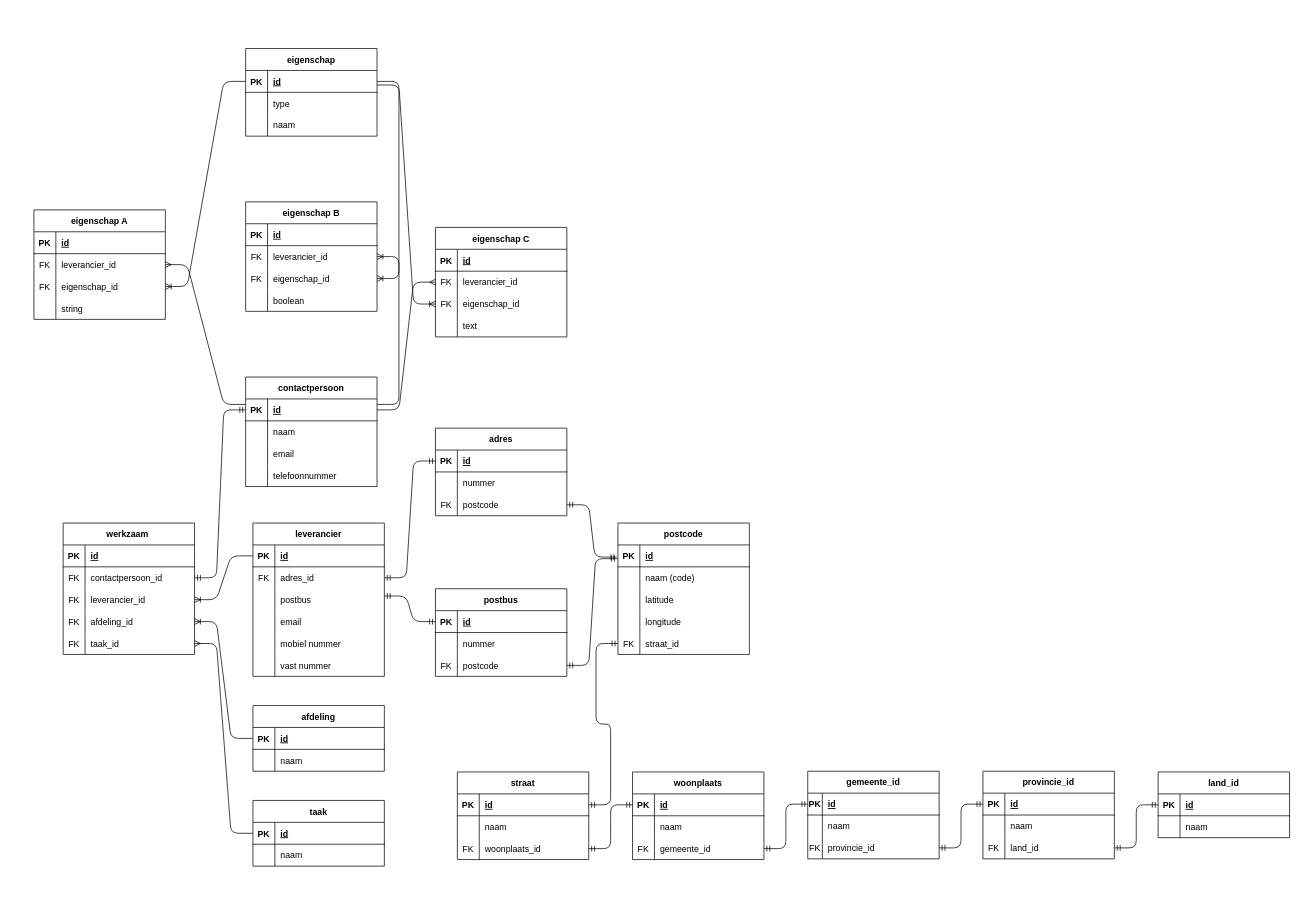
Earlier version of the draw.io diagram relational-data-storage/opdracht-1/DS-opdracht-1-vN.drawio (Corby7/educom-data-science). Source tidied: cells renumbered, new cells numbered last; positions are measured from the earlier drawing's top-left corner, leaving out a move shared by most shapes. Both pictures are drawn from the tidied source at 73%, with x=0, y=0 at pixel (34, 48).
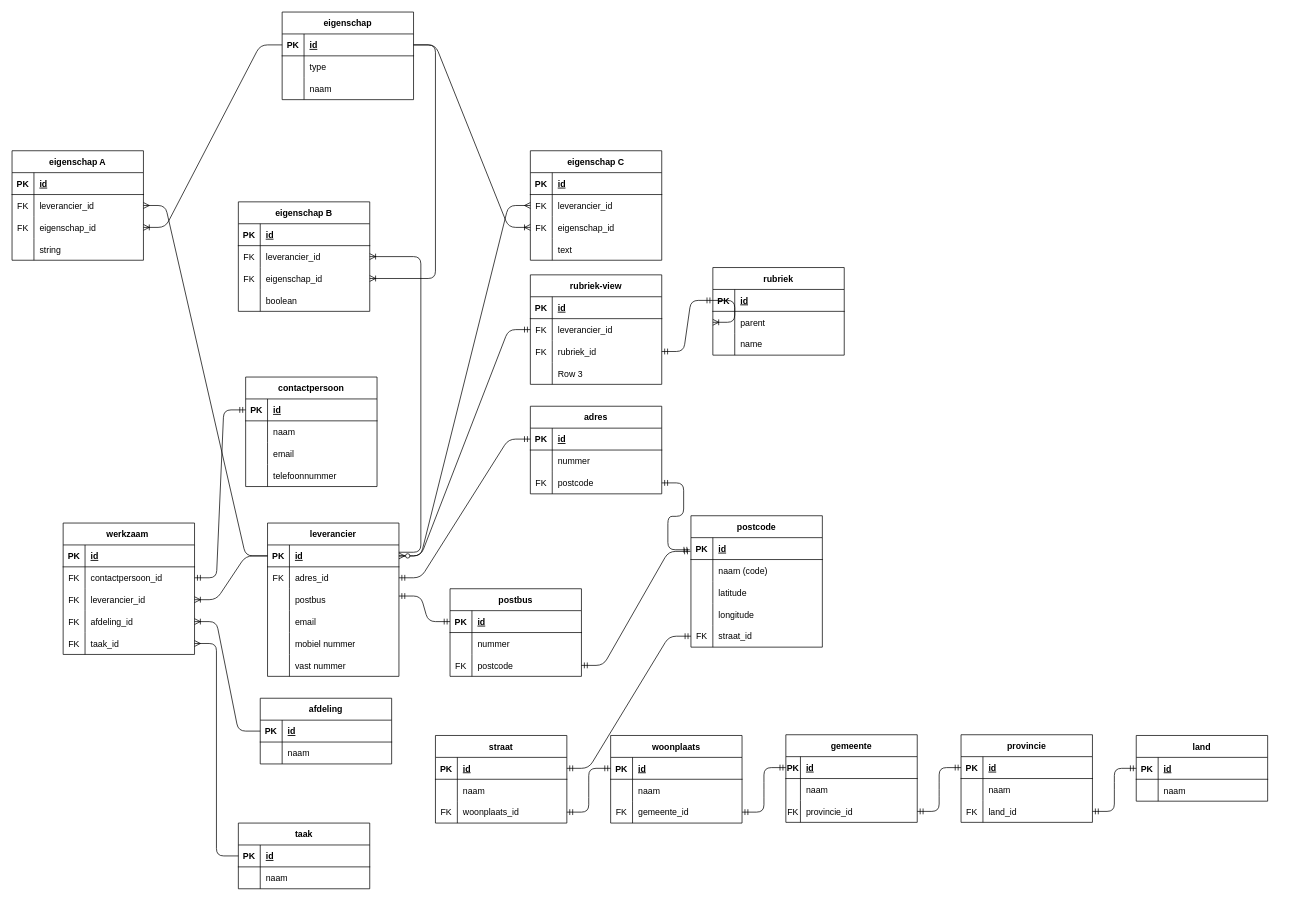
The same page after the edit.

Commit message:
added rubriek, & -view schemes, changed relation#9

Unchanged cells that the change refers to:
```xml
<mxCell id="3" style="shape=tableRow;horizontal=0;startSize=0;swimlaneHead=0;swimlaneBody=0;fillColor=none;points=[[0,0.5],[1,0.5]];portConstraint=eastwest;top=0;left=0;right=0;bottom=1;" parent="2" vertex="1">
  <mxGeometry y="30" width="180" height="30" as="geometry" />
</mxCell>
<mxCell id="102" style="shape=tableRow;horizontal=0;startSize=0;swimlaneHead=0;swimlaneBody=0;fillColor=none;points=[[0,0.5],[1,0.5]];portConstraint=eastwest;top=0;left=0;right=0;bottom=1;" parent="101" vertex="1">
  <mxGeometry y="30" width="180" height="30" as="geometry" />
</mxCell>
<mxCell id="113" value="contactpersoon" style="shape=table;startSize=30;childLayout=tableLayout;rowLines=0;fontStyle=1;align=center;" parent="1" vertex="1">
  <mxGeometry x="290" y="450" width="180" height="150" as="geometry" />
</mxCell>
<mxCell id="114" style="shape=tableRow;horizontal=0;startSize=0;swimlaneHead=0;swimlaneBody=0;fillColor=none;points=[[0,0.5],[1,0.5]];portConstraint=eastwest;top=0;left=0;right=0;bottom=1;" parent="113" vertex="1">
  <mxGeometry y="30" width="180" height="30" as="geometry" />
</mxCell>
<mxCell id="161" style="shape=tableRow;horizontal=0;startSize=0;swimlaneHead=0;swimlaneBody=0;fillColor=none;points=[[0,0.5],[1,0.5]];portConstraint=eastwest;top=0;left=0;right=0;bottom=1;" parent="160" vertex="1">
  <mxGeometry y="30" width="180" height="30" as="geometry" />
</mxCell>
<mxCell id="174" style="shape=tableRow;horizontal=0;startSize=0;swimlaneHead=0;swimlaneBody=0;fillColor=none;points=[[0,0.5],[1,0.5]];portConstraint=eastwest;top=0;left=0;right=0;bottom=0;" parent="170" vertex="1">
  <mxGeometry y="60" width="180" height="30" as="geometry" />
</mxCell>
<mxCell id="187" style="shape=tableRow;horizontal=0;startSize=0;swimlaneHead=0;swimlaneBody=0;fillColor=none;points=[[0,0.5],[1,0.5]];portConstraint=eastwest;top=0;left=0;right=0;bottom=0;" parent="183" vertex="1">
  <mxGeometry y="60" width="180" height="30" as="geometry" />
</mxCell>
<mxCell id="190" style="shape=tableRow;horizontal=0;startSize=0;swimlaneHead=0;swimlaneBody=0;fillColor=none;points=[[0,0.5],[1,0.5]];portConstraint=eastwest;top=0;left=0;right=0;bottom=0;" parent="183" vertex="1">
  <mxGeometry y="90" width="180" height="30" as="geometry" />
</mxCell>
<mxCell id="200" style="shape=tableRow;horizontal=0;startSize=0;swimlaneHead=0;swimlaneBody=0;fillColor=none;points=[[0,0.5],[1,0.5]];portConstraint=eastwest;top=0;left=0;right=0;bottom=0;" parent="196" vertex="1">
  <mxGeometry y="60" width="180" height="30" as="geometry" />
</mxCell>
<mxCell id="203" style="shape=tableRow;horizontal=0;startSize=0;swimlaneHead=0;swimlaneBody=0;fillColor=none;points=[[0,0.5],[1,0.5]];portConstraint=eastwest;top=0;left=0;right=0;bottom=0;" parent="196" vertex="1">
  <mxGeometry y="90" width="180" height="30" as="geometry" />
</mxCell>
```

The edit, as a diff of the source:
```diff
@@
     <mxCell id="2" value="leverancier" style="shape=table;startSize=30;childLayout=tableLayout;rowLines=0;fontStyle=1;align=center;" parent="1" vertex="1">
-      <mxGeometry x="300" y="650" width="180" height="210" as="geometry" />
+      <mxGeometry x="320" y="650" width="180" height="210" as="geometry" />
     </mxCell>
@@
     <mxCell id="21" value="adres" style="shape=table;startSize=30;childLayout=tableLayout;rowLines=0;fontStyle=1;align=center;" parent="1" vertex="1">
-      <mxGeometry x="550" y="520" width="180" height="120" as="geometry" />
+      <mxGeometry x="680" y="490" width="180" height="120" as="geometry" />
     </mxCell>
@@
     <mxCell id="32" value="woonplaats" style="shape=table;startSize=30;childLayout=tableLayout;rowLines=0;fontStyle=1;align=center;" parent="1" vertex="1">
-      <mxGeometry x="820" y="991" width="180" height="120" as="geometry" />
+      <mxGeometry x="790" y="941" width="180" height="120" as="geometry" />
     </mxCell>
@@
-    <mxCell id="43" value="gemeente_id" style="shape=table;startSize=30;childLayout=tableLayout;rowLines=0;fontStyle=1;align=center;" parent="1" vertex="1">
-      <mxGeometry x="1060" y="990" width="180" height="120" as="geometry" />
+    <mxCell id="43" value="gemeente" style="shape=table;startSize=30;childLayout=tableLayout;rowLines=0;fontStyle=1;align=center;" parent="1" vertex="1">
+      <mxGeometry x="1030" y="940" width="180" height="120" as="geometry" />
     </mxCell>
@@
-    <mxCell id="54" value="land_id" style="shape=table;startSize=30;childLayout=tableLayout;rowLines=0;fontStyle=1;align=center;" parent="1" vertex="1">
-      <mxGeometry x="1540" y="991" width="180" height="90" as="geometry" />
+    <mxCell id="54" value="land" style="shape=table;startSize=30;childLayout=tableLayout;rowLines=0;fontStyle=1;align=center;" parent="1" vertex="1">
+      <mxGeometry x="1510" y="941" width="180" height="90" as="geometry" />
     </mxCell>
@@
-    <mxCell id="61" value="provincie_id" style="shape=table;startSize=30;childLayout=tableLayout;rowLines=0;fontStyle=1;align=center;" parent="1" vertex="1">
-      <mxGeometry x="1300" y="990" width="180" height="120" as="geometry" />
+    <mxCell id="61" value="provincie" style="shape=table;startSize=30;childLayout=tableLayout;rowLines=0;fontStyle=1;align=center;" parent="1" vertex="1">
+      <mxGeometry x="1270" y="940" width="180" height="120" as="geometry" />
     </mxCell>
@@
     <mxCell id="73" value="postcode" style="shape=table;startSize=30;childLayout=tableLayout;rowLines=0;fontStyle=1;align=center;" parent="1" vertex="1">
-      <mxGeometry x="800" y="650" width="180" height="180" as="geometry" />
+      <mxGeometry x="900" y="640" width="180" height="180" as="geometry" />
     </mxCell>
@@
     <mxCell id="89" value="straat" style="shape=table;startSize=30;childLayout=tableLayout;rowLines=0;fontStyle=1;align=center;" parent="1" vertex="1">
-      <mxGeometry x="580" y="991" width="180" height="120" as="geometry" />
+      <mxGeometry x="550" y="941" width="180" height="120" as="geometry" />
     </mxCell>
@@
     <mxCell id="101" value="postbus" style="shape=table;startSize=30;childLayout=tableLayout;rowLines=0;fontStyle=1;align=center;" parent="1" vertex="1">
-      <mxGeometry x="550" y="740" width="180" height="120" as="geometry" />
+      <mxGeometry x="570" y="740" width="180" height="120" as="geometry" />
     </mxCell>
@@
     <mxCell id="111" style="edgeStyle=entityRelationEdgeStyle;fontSize=12;html=1;endArrow=ERmandOne;startArrow=ERmandOne;entryX=0;entryY=0.5;entryDx=0;entryDy=0;" parent="1" edge="1" target="102">
       <mxGeometry relative="1" as="geometry">
-        <mxPoint x="480" y="750" as="sourcePoint" />
+        <mxPoint x="500" y="750" as="sourcePoint" />
       </mxGeometry>
     </mxCell>
@@
     <mxCell id="126" value="afdeling" style="shape=table;startSize=30;childLayout=tableLayout;rowLines=0;fontStyle=1;align=center;" parent="1" vertex="1">
-      <mxGeometry x="300" y="900" width="180" height="90" as="geometry" />
+      <mxGeometry x="310" y="890" width="180" height="90" as="geometry" />
     </mxCell>
@@
     <mxCell id="133" value="taak" style="shape=table;startSize=30;childLayout=tableLayout;rowLines=0;fontStyle=1;align=center;" parent="1" vertex="1">
-      <mxGeometry x="300" y="1030" width="180" height="90" as="geometry" />
+      <mxGeometry x="280" y="1061" width="180" height="90" as="geometry" />
     </mxCell>
@@
     <mxCell id="160" value="eigenschap" style="shape=table;startSize=30;childLayout=tableLayout;rowLines=0;fontStyle=1;align=center;" parent="1" vertex="1">
-      <mxGeometry x="290" width="180" height="120" as="geometry" />
+      <mxGeometry x="340" y="-50" width="180" height="120" as="geometry" />
     </mxCell>
@@
     <mxCell id="170" value="eigenschap A" style="shape=table;startSize=30;childLayout=tableLayout;rowLines=0;fontStyle=1;align=center;" parent="1" vertex="1">
-      <mxGeometry y="221" width="180" height="150" as="geometry" />
+      <mxGeometry x="-30" y="140" width="180" height="150" as="geometry" />
     </mxCell>
@@
     <mxCell id="183" value="eigenschap B" style="shape=table;startSize=30;childLayout=tableLayout;rowLines=0;fontStyle=1;align=center;" parent="1" vertex="1">
-      <mxGeometry x="290" y="210" width="180" height="150" as="geometry" />
+      <mxGeometry x="280" y="210" width="180" height="150" as="geometry" />
     </mxCell>
@@
     <mxCell id="196" value="eigenschap C" style="shape=table;startSize=30;childLayout=tableLayout;rowLines=0;fontStyle=1;align=center;" parent="1" vertex="1">
-      <mxGeometry x="550" y="245" width="180" height="150" as="geometry" />
+      <mxGeometry x="680" y="140" width="180" height="150" as="geometry" />
     </mxCell>
@@
-    <mxCell id="209" style="edgeStyle=entityRelationEdgeStyle;fontSize=12;html=1;endArrow=ERmany;exitX=1;exitY=0.5;exitDx=0;exitDy=0;entryX=0;entryY=0.5;entryDx=0;entryDy=0;" parent="1" edge="1" source="114" target="200">
+    <mxCell id="209" style="edgeStyle=entityRelationEdgeStyle;fontSize=12;html=1;endArrow=ERmany;exitX=1;exitY=0.5;exitDx=0;exitDy=0;entryX=0;entryY=0.5;entryDx=0;entryDy=0;" parent="1" edge="1" source="3" target="200">
       <mxGeometry relative="1" as="geometry" />
     </mxCell>
-    <mxCell id="210" style="edgeStyle=entityRelationEdgeStyle;fontSize=12;html=1;endArrow=ERmany;exitX=0;exitY=0.25;exitDx=0;exitDy=0;entryX=1;entryY=0.5;entryDx=0;entryDy=0;" parent="1" edge="1" source="113" target="174">
+    <mxCell id="210" style="edgeStyle=entityRelationEdgeStyle;fontSize=12;html=1;endArrow=ERmany;exitX=0;exitY=0.5;exitDx=0;exitDy=0;entryX=1;entryY=0.5;entryDx=0;entryDy=0;" parent="1" edge="1" source="3" target="174">
       <mxGeometry relative="1" as="geometry" />
     </mxCell>
-    <mxCell id="211" style="edgeStyle=entityRelationEdgeStyle;fontSize=12;html=1;endArrow=ERoneToMany;exitX=1;exitY=0.25;exitDx=0;exitDy=0;entryX=1;entryY=0.5;entryDx=0;entryDy=0;" parent="1" edge="1" source="113" target="187">
-      <mxGeometry relative="1" as="geometry" />
+    <mxCell id="211" style="edgeStyle=entityRelationEdgeStyle;fontSize=12;html=1;endArrow=ERoneToMany;entryX=1;entryY=0.5;entryDx=0;entryDy=0;" parent="1" edge="1" target="187">
+      <mxGeometry relative="1" as="geometry">
+        <mxPoint x="500" y="690" as="sourcePoint" />
+      </mxGeometry>
     </mxCell>
@@
-    <mxCell id="213" style="edgeStyle=entityRelationEdgeStyle;fontSize=12;html=1;endArrow=ERoneToMany;entryX=1;entryY=0.5;entryDx=0;entryDy=0;exitX=1;exitY=0.5;exitDx=0;exitDy=0;" parent="1" edge="1" source="161" target="190">
-      <mxGeometry relative="1" as="geometry" />
+    <mxCell id="213" style="edgeStyle=entityRelationEdgeStyle;fontSize=12;html=1;endArrow=ERoneToMany;entryX=1;entryY=0.5;entryDx=0;entryDy=0;" parent="1" edge="1" target="190">
+      <mxGeometry relative="1" as="geometry">
+        <mxPoint x="520" y="-5" as="sourcePoint" />
+      </mxGeometry>
     </mxCell>
-    <mxCell id="214" style="edgeStyle=entityRelationEdgeStyle;fontSize=12;html=1;endArrow=ERoneToMany;entryX=0;entryY=0.5;entryDx=0;entryDy=0;" parent="1" edge="1" target="203">
-      <mxGeometry relative="1" as="geometry">
-        <mxPoint x="470" y="50" as="sourcePoint" />
-      </mxGeometry>
+    <mxCell id="214" style="edgeStyle=entityRelationEdgeStyle;fontSize=12;html=1;endArrow=ERoneToMany;entryX=0;entryY=0.5;entryDx=0;entryDy=0;exitX=1;exitY=0.5;exitDx=0;exitDy=0;" parent="1" edge="1" source="161" target="203">
+      <mxGeometry relative="1" as="geometry" />
     </mxCell>
+    <mxCell id="215" value="rubriek" style="shape=table;startSize=30;childLayout=tableLayout;rowLines=0;fontStyle=1;align=center;" parent="1" vertex="1">
+      <mxGeometry x="930" y="300" width="180" height="120" as="geometry" />
+    </mxCell>
+    <mxCell id="216" style="shape=tableRow;horizontal=0;startSize=0;swimlaneHead=0;swimlaneBody=0;fillColor=none;points=[[0,0.5],[1,0.5]];portConstraint=eastwest;top=0;left=0;right=0;bottom=1;" parent="215" vertex="1">
+      <mxGeometry y="30" width="180" height="30" as="geometry" />
+    </mxCell>
+    <mxCell id="217" value="PK" style="shape=partialRectangle;fillColor=none;top=0;left=0;bottom=0;right=0;fontStyle=1;overflow=hidden;" parent="216" vertex="1">
+      <mxGeometry width="30" height="30" as="geometry" />
+    </mxCell>
+    <mxCell id="218" value="id" style="shape=partialRectangle;fillColor=none;top=0;left=0;bottom=0;right=0;align=left;spacingLeft=6;fontStyle=5;overflow=hidden;" parent="216" vertex="1">
+      <mxGeometry x="30" width="150" height="30" as="geometry" />
+    </mxCell>
+    <mxCell id="219" style="shape=tableRow;horizontal=0;startSize=0;swimlaneHead=0;swimlaneBody=0;fillColor=none;points=[[0,0.5],[1,0.5]];portConstraint=eastwest;top=0;left=0;right=0;bottom=0;" parent="215" vertex="1">
+      <mxGeometry y="60" width="180" height="30" as="geometry" />
+    </mxCell>
+    <mxCell id="220" style="shape=partialRectangle;fillColor=none;top=0;left=0;bottom=0;right=0;overflow=hidden;" parent="219" vertex="1">
+      <mxGeometry width="30" height="30" as="geometry" />
+    </mxCell>
+    <mxCell id="221" value="parent" style="shape=partialRectangle;fillColor=none;top=0;left=0;bottom=0;right=0;align=left;spacingLeft=6;overflow=hidden;" parent="219" vertex="1">
+      <mxGeometry x="30" width="150" height="30" as="geometry" />
+    </mxCell>
+    <mxCell id="222" style="shape=tableRow;horizontal=0;startSize=0;swimlaneHead=0;swimlaneBody=0;fillColor=none;top=0;left=0;right=0;bottom=0;" parent="215" vertex="1">
+      <mxGeometry y="90" width="180" height="30" as="geometry" />
+    </mxCell>
+    <mxCell id="223" style="shape=partialRectangle;fillColor=none;top=0;left=0;bottom=0;right=0;overflow=hidden;" parent="222" vertex="1">
+      <mxGeometry width="30" height="30" as="geometry" />
+    </mxCell>
+    <mxCell id="224" value="name" style="shape=partialRectangle;fillColor=none;top=0;left=0;bottom=0;right=0;align=left;spacingLeft=6;overflow=hidden;" parent="222" vertex="1">
+      <mxGeometry x="30" width="150" height="30" as="geometry" />
+    </mxCell>
+    <mxCell id="225" style="edgeStyle=entityRelationEdgeStyle;fontSize=12;html=1;endArrow=ERoneToMany;exitX=0;exitY=0.5;exitDx=0;exitDy=0;entryX=0;entryY=0.5;entryDx=0;entryDy=0;" parent="215" edge="1" source="216" target="219">
+      <mxGeometry relative="1" as="geometry" />
+    </mxCell>
+    <mxCell id="226" value="rubriek-view" style="shape=table;startSize=30;childLayout=tableLayout;rowLines=0;fontStyle=1;align=center;" parent="1" vertex="1">
+      <mxGeometry x="680" y="310" width="180" height="150" as="geometry" />
+    </mxCell>
+    <mxCell id="227" style="shape=tableRow;horizontal=0;startSize=0;swimlaneHead=0;swimlaneBody=0;fillColor=none;top=0;left=0;right=0;bottom=1;" parent="226" vertex="1">
+      <mxGeometry y="30" width="180" height="30" as="geometry" />
+    </mxCell>
+    <mxCell id="228" value="PK" style="shape=partialRectangle;fillColor=none;top=0;left=0;bottom=0;right=0;fontStyle=1;overflow=hidden;" parent="227" vertex="1">
+      <mxGeometry width="30" height="30" as="geometry" />
+    </mxCell>
+    <mxCell id="229" value="id" style="shape=partialRectangle;fillColor=none;top=0;left=0;bottom=0;right=0;align=left;spacingLeft=6;fontStyle=5;overflow=hidden;" parent="227" vertex="1">
+      <mxGeometry x="30" width="150" height="30" as="geometry" />
+    </mxCell>
+    <mxCell id="230" style="shape=tableRow;horizontal=0;startSize=0;swimlaneHead=0;swimlaneBody=0;fillColor=none;points=[[0,0.5],[1,0.5]];portConstraint=eastwest;top=0;left=0;right=0;bottom=0;" parent="226" vertex="1">
+      <mxGeometry y="60" width="180" height="30" as="geometry" />
+    </mxCell>
+    <mxCell id="231" value="FK" style="shape=partialRectangle;fillColor=none;top=0;left=0;bottom=0;right=0;overflow=hidden;" parent="230" vertex="1">
+      <mxGeometry width="30" height="30" as="geometry" />
+    </mxCell>
+    <mxCell id="232" value="leverancier_id" style="shape=partialRectangle;fillColor=none;top=0;left=0;bottom=0;right=0;align=left;spacingLeft=6;overflow=hidden;" parent="230" vertex="1">
+      <mxGeometry x="30" width="150" height="30" as="geometry" />
+    </mxCell>
+    <mxCell id="233" style="shape=tableRow;horizontal=0;startSize=0;swimlaneHead=0;swimlaneBody=0;fillColor=none;points=[[0,0.5],[1,0.5]];portConstraint=eastwest;top=0;left=0;right=0;bottom=0;" parent="226" vertex="1">
+      <mxGeometry y="90" width="180" height="30" as="geometry" />
+    </mxCell>
+    <mxCell id="234" value="FK" style="shape=partialRectangle;fillColor=none;top=0;left=0;bottom=0;right=0;overflow=hidden;" parent="233" vertex="1">
+      <mxGeometry width="30" height="30" as="geometry" />
+    </mxCell>
+    <mxCell id="235" value="rubriek_id" style="shape=partialRectangle;fillColor=none;top=0;left=0;bottom=0;right=0;align=left;spacingLeft=6;overflow=hidden;" parent="233" vertex="1">
+      <mxGeometry x="30" width="150" height="30" as="geometry" />
+    </mxCell>
+    <mxCell id="236" style="shape=tableRow;horizontal=0;startSize=0;swimlaneHead=0;swimlaneBody=0;fillColor=none;top=0;left=0;right=0;bottom=0;" parent="226" vertex="1">
+      <mxGeometry y="120" width="180" height="30" as="geometry" />
+    </mxCell>
+    <mxCell id="237" style="shape=partialRectangle;fillColor=none;top=0;left=0;bottom=0;right=0;overflow=hidden;" parent="236" vertex="1">
+      <mxGeometry width="30" height="30" as="geometry" />
+    </mxCell>
+    <mxCell id="238" value="Row 3" style="shape=partialRectangle;fillColor=none;top=0;left=0;bottom=0;right=0;align=left;spacingLeft=6;overflow=hidden;" parent="236" vertex="1">
+      <mxGeometry x="30" width="150" height="30" as="geometry" />
+    </mxCell>
+    <mxCell id="239" style="edgeStyle=entityRelationEdgeStyle;fontSize=12;html=1;endArrow=ERzeroToMany;startArrow=ERmandOne;exitX=0;exitY=0.5;exitDx=0;exitDy=0;entryX=1;entryY=0.5;entryDx=0;entryDy=0;" parent="1" edge="1" source="230" target="3">
+      <mxGeometry relative="1" as="geometry" />
+    </mxCell>
+    <mxCell id="240" style="edgeStyle=entityRelationEdgeStyle;fontSize=12;html=1;endArrow=ERmandOne;startArrow=ERmandOne;exitX=1;exitY=0.5;exitDx=0;exitDy=0;entryX=0;entryY=0.5;entryDx=0;entryDy=0;" parent="1" edge="1" source="233" target="216">
+      <mxGeometry relative="1" as="geometry" />
+    </mxCell>
```
